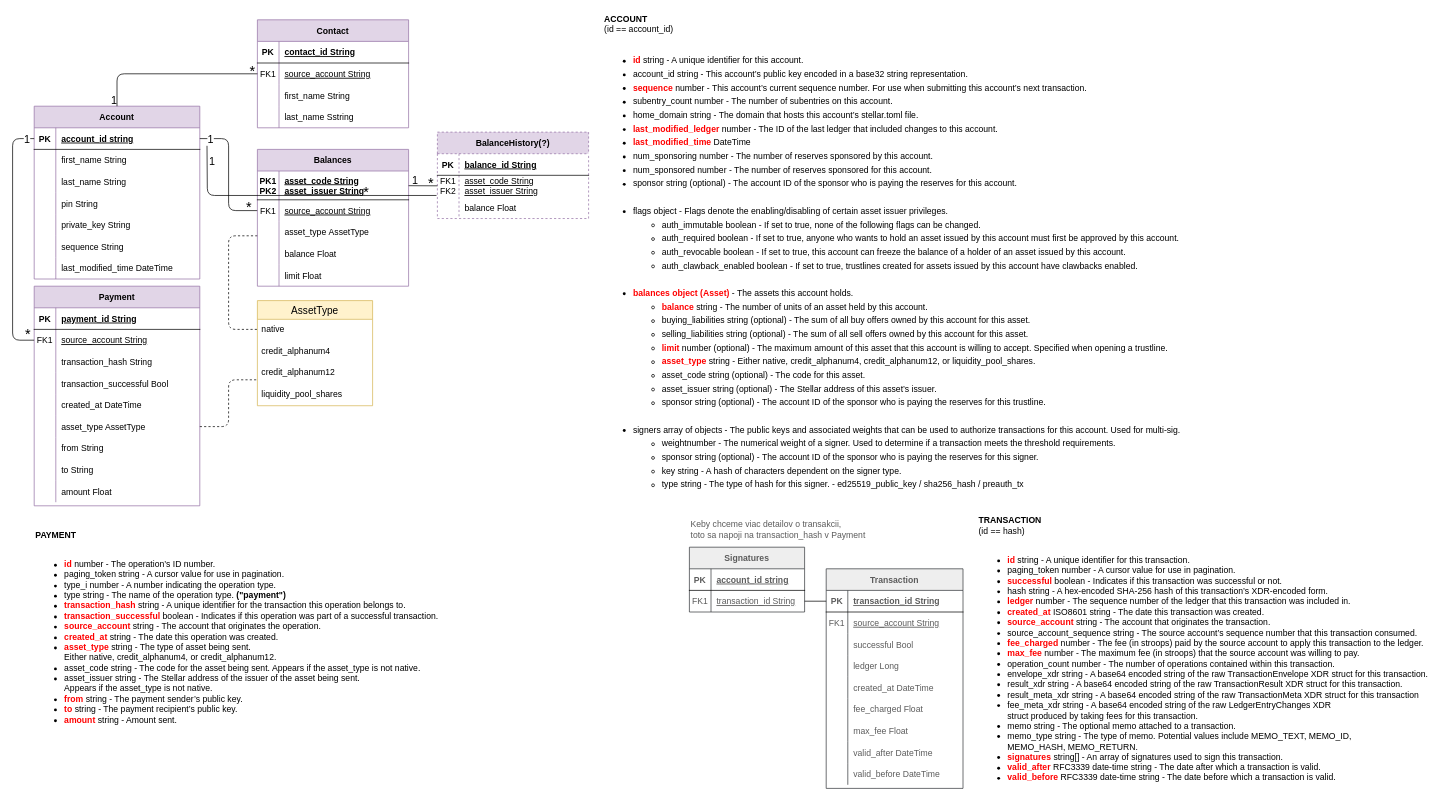
The draw.io diagram LocalDB.drawio in kirschovapetra/MOBV-project, before the edit. Source tidied: cells renumbered, new cells numbered last; positions are measured from the earlier drawing's top-left corner, leaving out a move shared by most shapes. Both pictures are drawn from the tidied source at 72%, with x=0, y=0 at pixel (12, 12).
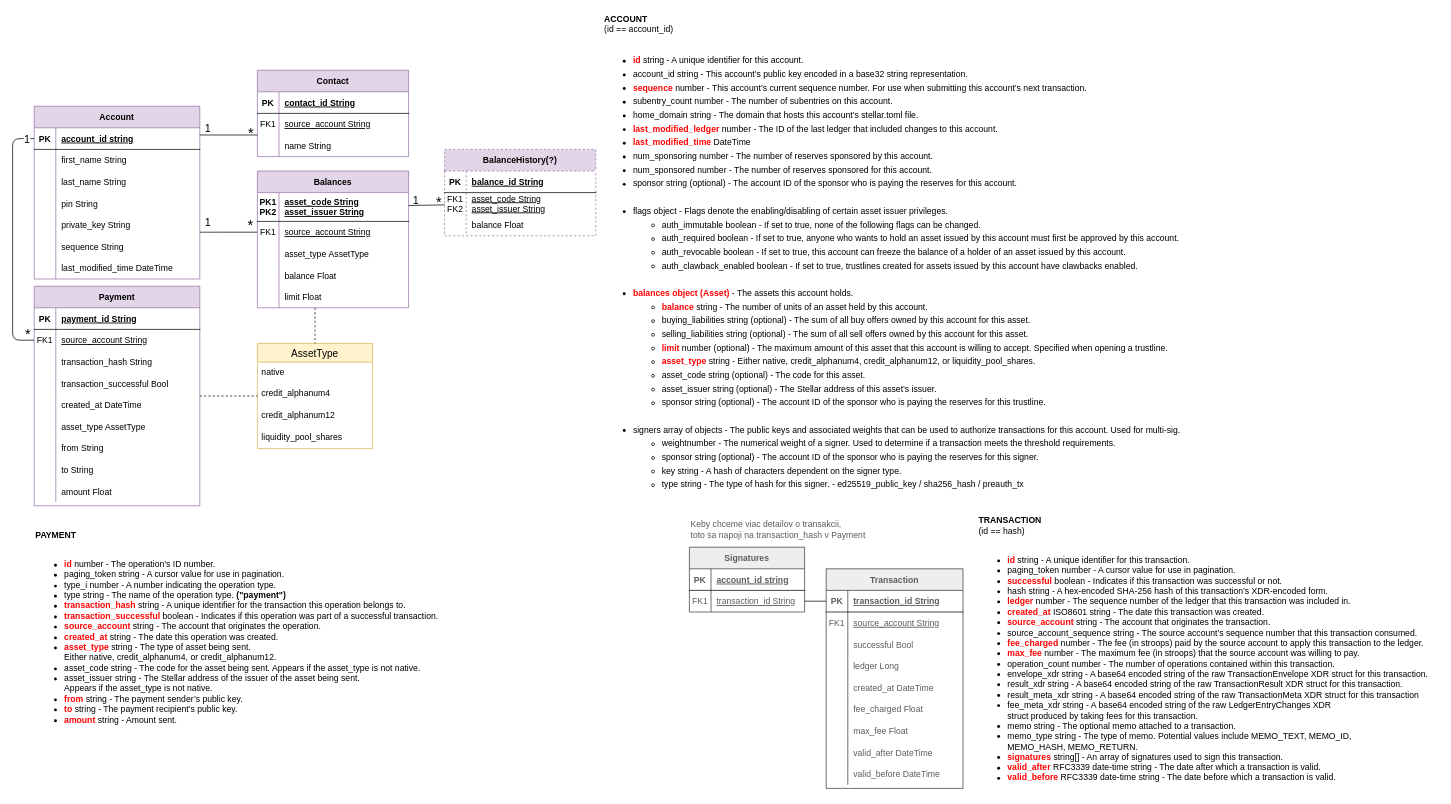
The same diagram, later.

Unchanged cells that the change refers to:
```xml
<mxCell id="34" style="shape=partialRectangle;fillColor=none;points=[[0,0.5],[1,0.5]];portConstraint=eastwest;top=0;left=0;right=0;bottom=0;rounded=0;" parent="30" vertex="1">
  <mxGeometry y="60" width="210" height="30" as="geometry" />
</mxCell>
<mxCell id="37" style="shape=partialRectangle;fillColor=none;top=0;left=0;right=0;bottom=0;rounded=0;" parent="30" vertex="1">
  <mxGeometry y="90" width="210" height="30" as="geometry" />
</mxCell>
<mxCell id="47" style="shape=partialRectangle;fillColor=none;points=[[0,0.5],[1,0.5]];portConstraint=eastwest;top=0;left=0;right=0;bottom=0;rounded=0;" parent="43" vertex="1">
  <mxGeometry y="60" width="210" height="30" as="geometry" />
</mxCell>
<mxCell id="53" value="Account" style="shape=table;startSize=30;childLayout=tableLayout;rowLines=0;fontStyle=1;align=center;rounded=0;fillColor=#e1d5e7;strokeColor=#9673a6;" parent="1" vertex="1">
  <mxGeometry x="30" y="130" width="230" height="240" as="geometry" />
</mxCell>
<mxCell id="54" style="shape=partialRectangle;fillColor=none;points=[[0,0.5],[1,0.5]];portConstraint=eastwest;top=0;left=0;right=0;bottom=1;rounded=0;" parent="53" vertex="1">
  <mxGeometry y="30" width="230" height="30" as="geometry" />
</mxCell>
<mxCell id="96" value="Payment" style="shape=table;startSize=30;childLayout=tableLayout;rowLines=0;fontStyle=1;align=center;rounded=0;fillColor=#e1d5e7;strokeColor=#9673a6;" parent="1" vertex="1">
  <mxGeometry x="30" y="380" width="230" height="305" as="geometry" />
</mxCell>
<mxCell id="112" style="shape=partialRectangle;fillColor=none;points=[[0,0.5],[1,0.5]];portConstraint=eastwest;top=0;left=0;right=0;bottom=0;rounded=0;" parent="96" vertex="1">
  <mxGeometry y="180" width="230" height="30" as="geometry" />
</mxCell>
<mxCell id="133" style="shape=partialRectangle;fillColor=none;points=[[0,0.5],[1,0.5]];portConstraint=eastwest;top=0;left=0;right=0;bottom=0;rounded=0;" parent="129" vertex="1">
  <mxGeometry y="70" width="210" height="30" as="geometry" />
</mxCell>
```

Diff of the diagram source:
```diff
@@
     <mxCell id="30" value="Contact" style="shape=table;startSize=30;childLayout=tableLayout;rowLines=0;fontStyle=1;align=center;rounded=0;fillColor=#e1d5e7;strokeColor=#9673a6;" parent="1" vertex="1">
-      <mxGeometry x="340" y="10" width="210" height="150" as="geometry" />
+      <mxGeometry x="340" y="80" width="210" height="120" as="geometry" />
     </mxCell>
@@
-    <mxCell id="39" value="first_name String" style="shape=partialRectangle;overflow=hidden;fillColor=none;top=0;left=0;bottom=0;right=0;align=left;spacingLeft=6;rounded=0;" parent="37" vertex="1">
+    <mxCell id="39" value="name String" style="shape=partialRectangle;overflow=hidden;fillColor=none;top=0;left=0;bottom=0;right=0;align=left;spacingLeft=6;rounded=0;" parent="37" vertex="1">
       <mxGeometry x="30" width="180" height="30" as="geometry" />
     </mxCell>
-    <mxCell id="40" style="shape=partialRectangle;fillColor=none;top=0;left=0;right=0;bottom=0;rounded=0;" parent="30" vertex="1">
-      <mxGeometry y="120" width="210" height="30" as="geometry" />
-    </mxCell>
-    <mxCell id="41" style="shape=partialRectangle;overflow=hidden;fillColor=none;top=0;left=0;bottom=0;right=0;rounded=0;" parent="40" vertex="1">
-      <mxGeometry width="30" height="30" as="geometry" />
-    </mxCell>
-    <mxCell id="42" value="last_name Sstring" style="shape=partialRectangle;overflow=hidden;fillColor=none;top=0;left=0;bottom=0;right=0;align=left;spacingLeft=6;rounded=0;" parent="40" vertex="1">
-      <mxGeometry x="30" width="180" height="30" as="geometry" />
-    </mxCell>
     <mxCell id="43" value="BalanceHistory(?)" style="shape=table;startSize=30;childLayout=tableLayout;rowLines=0;fontStyle=1;align=center;rounded=0;fillColor=#e1d5e7;strokeColor=#9673a6;dashed=1;" parent="1" vertex="1">
-      <mxGeometry x="590" y="166" width="210" height="120" as="geometry" />
+      <mxGeometry x="600" y="190" width="210" height="120" as="geometry" />
     </mxCell>
@@
     <mxCell id="76" value="AssetType" style="swimlane;fontStyle=0;horizontal=1;startSize=26;align=center;fontSize=14;fillColor=#fff2cc;strokeColor=#d6b656;" parent="1" vertex="1">
-      <mxGeometry x="340" y="400" width="160" height="146" as="geometry" />
+      <mxGeometry x="340" y="459.5" width="160" height="146" as="geometry" />
     </mxCell>
@@
     <mxCell id="81" style="jettySize=auto;html=1;endArrow=none;endFill=0;dashed=1;edgeStyle=orthogonalEdgeStyle;" parent="1" edge="1" source="129" target="76">
       <mxGeometry relative="1" as="geometry">
         <Array as="points">
-          <mxPoint x="300" y="310" />
-          <mxPoint x="300" y="440" />
+          <mxPoint x="420" y="440" />
+          <mxPoint x="420" y="440" />
         </Array>
       </mxGeometry>
     </mxCell>
@@
-    <mxCell id="91" style="endArrow=none;html=1;rounded=1;fontFamily=Helvetica;edgeStyle=orthogonalEdgeStyle;" parent="1" edge="1" source="53" target="34">
-      <mxGeometry relative="1" as="geometry" />
+    <mxCell id="91" style="endArrow=none;html=1;rounded=1;fontFamily=Helvetica;edgeStyle=orthogonalEdgeStyle;" parent="1" edge="1" source="53" target="30">
+      <mxGeometry relative="1" as="geometry">
+        <Array as="points">
+          <mxPoint x="330" y="170" />
+          <mxPoint x="330" y="170" />
+        </Array>
+      </mxGeometry>
     </mxCell>
     <mxCell id="92" value="*" style="edgeLabel;html=1;align=center;verticalAlign=middle;fontFamily=Helvetica;fontColor=#000000;fontSize=20;labelBackgroundColor=none;" parent="91" vertex="1">
       <mxGeometry x="0.87" y="-5" relative="1" as="geometry">
-        <mxPoint x="8" y="-10" as="offset" />
+        <mxPoint x="-5" y="-10" as="offset" />
       </mxGeometry>
     </mxCell>
     <mxCell id="93" value="1" style="edgeLabel;html=1;align=center;verticalAlign=middle;fontSize=15;fontFamily=Helvetica;fontColor=#000000;labelBackgroundColor=none;" parent="91" vertex="1">
       <mxGeometry x="-0.92" y="-1" relative="1" as="geometry">
-        <mxPoint x="-6" as="offset" />
+        <mxPoint x="7" y="-11" as="offset" />
       </mxGeometry>
     </mxCell>
-    <mxCell id="94" value="*" style="endArrow=none;html=1;rounded=1;fontFamily=Helvetica;edgeStyle=orthogonalEdgeStyle;labelBackgroundColor=none;fontSize=20;entryX=0;entryY=0.5;entryDx=0;entryDy=0;" parent="1" edge="1" source="54" target="133">
-      <mxGeometry x="0.87" y="5" relative="1" as="geometry">
+    <mxCell id="94" value="*" style="endArrow=none;html=1;rounded=1;fontFamily=Helvetica;labelBackgroundColor=none;fontSize=20;entryX=0;entryY=0.5;entryDx=0;entryDy=0;edgeStyle=orthogonalEdgeStyle;" parent="1" edge="1" source="53" target="133">
+      <mxGeometry x="0.75" y="11" relative="1" as="geometry">
         <Array as="points">
-          <mxPoint x="300" y="175" />
-          <mxPoint x="300" y="275" />
+          <mxPoint x="280" y="305" />
+          <mxPoint x="280" y="305" />
         </Array>
       </mxGeometry>
     </mxCell>
     <mxCell id="95" value="1" style="edgeLabel;html=1;align=center;verticalAlign=middle;fontSize=15;fontFamily=Helvetica;fontColor=#000000;" parent="94" vertex="1">
       <mxGeometry x="-0.85" y="-1" relative="1" as="geometry">
-        <mxPoint y="-1" as="offset" />
+        <mxPoint x="4" y="-16" as="offset" />
       </mxGeometry>
     </mxCell>
@@
-    <mxCell id="125" style="edgeStyle=orthogonalEdgeStyle;jettySize=auto;html=1;fontFamily=Helvetica;fontColor=#C7C7C7;endArrow=none;endFill=0;strokeColor=#000000;dashed=1;" parent="1" edge="1" source="112" target="76">
-      <mxGeometry relative="1" as="geometry">
-        <Array as="points">
-          <mxPoint x="300" y="575" />
-          <mxPoint x="300" y="510" />
-        </Array>
-      </mxGeometry>
+    <mxCell id="125" style="jettySize=auto;html=1;fontFamily=Helvetica;fontColor=#C7C7C7;endArrow=none;endFill=0;strokeColor=#000000;dashed=1;" parent="1" edge="1" source="96" target="76">
+      <mxGeometry relative="1" as="geometry" />
     </mxCell>
@@
     <mxCell id="129" value="Balances" style="shape=table;startSize=30;childLayout=tableLayout;rowLines=0;fontStyle=1;align=center;rounded=0;fillColor=#e1d5e7;strokeColor=#9673a6;" parent="1" vertex="1">
-      <mxGeometry x="340" y="190" width="210" height="190" as="geometry" />
+      <mxGeometry x="340" y="220" width="210" height="190" as="geometry" />
     </mxCell>
@@
-    <mxCell id="145" value="*" style="endArrow=none;html=1;rounded=1;fontFamily=Helvetica;labelBackgroundColor=none;fontSize=20;edgeStyle=orthogonalEdgeStyle;entryX=-0.006;entryY=0.933;entryDx=0;entryDy=0;entryPerimeter=0;" parent="1" edge="1" target="47">
-      <mxGeometry x="0.5" y="5" relative="1" as="geometry">
-        <mxPoint x="270" y="185" as="sourcePoint" />
-      </mxGeometry>
-    </mxCell>
-    <mxCell id="146" value="1" style="edgeLabel;html=1;align=center;verticalAlign=middle;fontSize=15;fontFamily=Helvetica;fontColor=#000000;labelBackgroundColor=none;" parent="145" vertex="1">
-      <mxGeometry x="-0.85" y="-1" relative="1" as="geometry">
-        <mxPoint x="7" y="-9" as="offset" />
-      </mxGeometry>
-    </mxCell>
```
